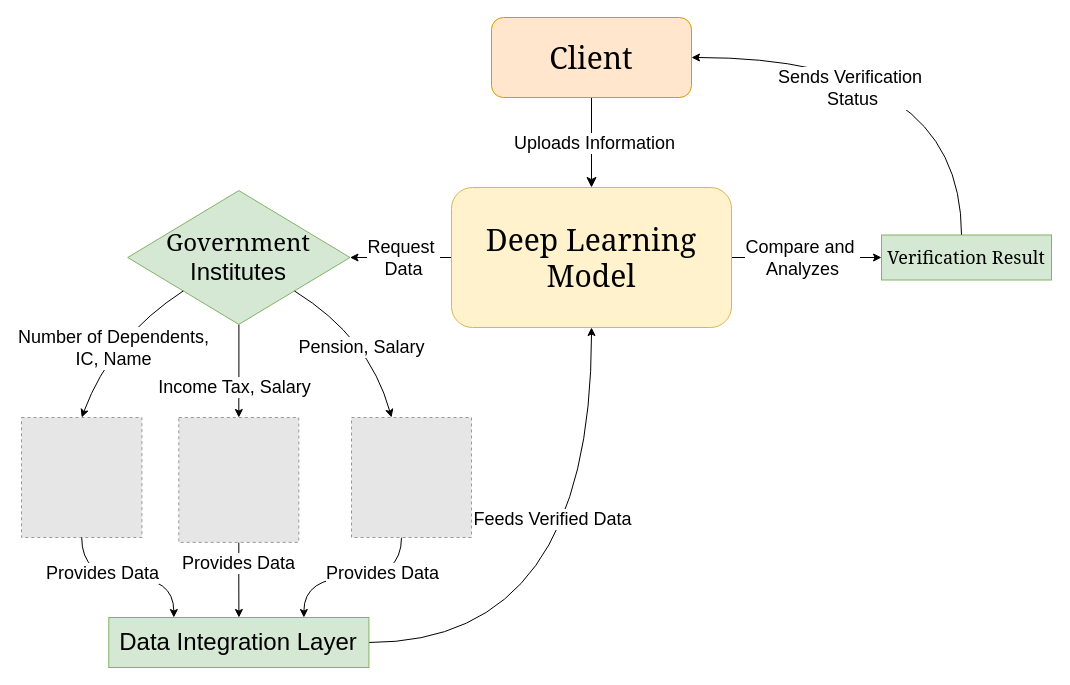
The draw.io diagram Integration and support/DeepLearningModel.drawio in zhengyu89/Myhackathon, before the edit. Source tidied: cells renumbered, new cells numbered last; positions are measured from the earlier drawing's top-left corner, leaving out a move shared by most shapes. Both pictures are drawn from the tidied source at 100%, with x=0, y=0 at pixel (21, 17). Pictures stored in the file or linked from it are replaced by grey dashed boxes.
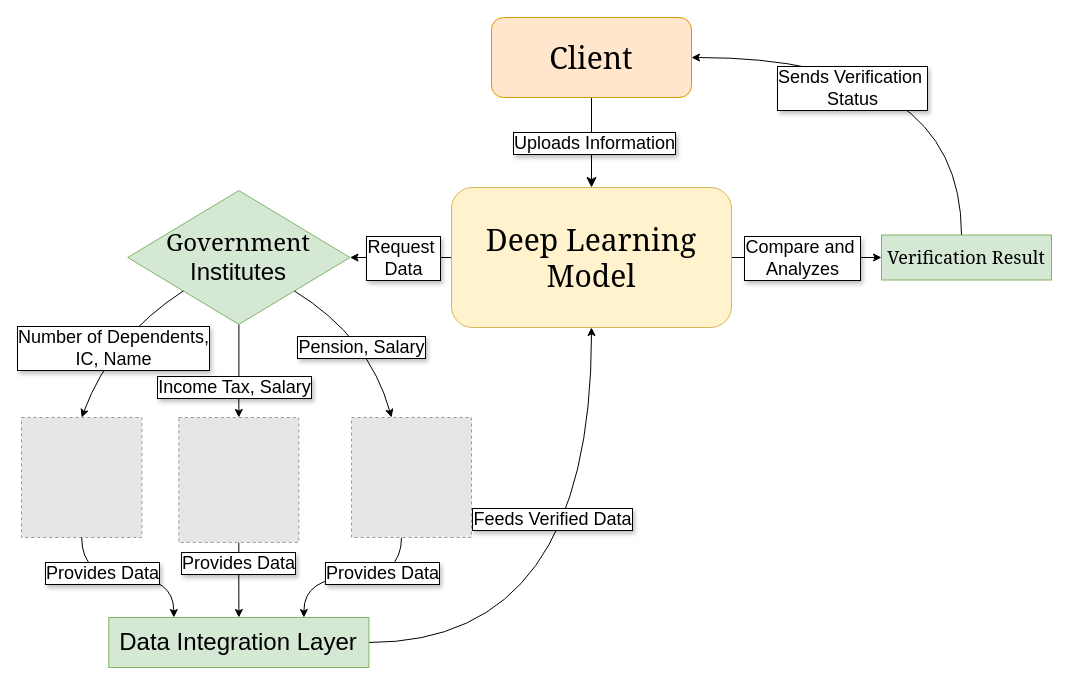
The same page after the edit.

Unchanged cells that the change refers to:
```xml
<mxCell id="2" style="rounded=0;html=1;jettySize=auto;fontSize=11;endArrow=classic;endFill=1;endSize=8;strokeWidth=1;shadow=0;labelBackgroundColor=none;edgeStyle=orthogonalEdgeStyle;entryX=0.5;entryY=0;entryDx=0;entryDy=0;" parent="1" edge="1" source="4" target="9">
  <mxGeometry relative="1" as="geometry" />
</mxCell>
<mxCell id="5" style="edgeStyle=orthogonalEdgeStyle;rounded=0;jettySize=auto;html=1;entryX=0;entryY=0.5;entryDx=0;entryDy=0;" parent="1" edge="1" source="9" target="12">
  <mxGeometry relative="1" as="geometry" />
</mxCell>
<mxCell id="7" style="edgeStyle=orthogonalEdgeStyle;rounded=0;jettySize=auto;html=1;entryX=1;entryY=0.5;entryDx=0;entryDy=0;" parent="1" edge="1" source="9" target="15">
  <mxGeometry relative="1" as="geometry" />
</mxCell>
<mxCell id="10" style="edgeStyle=orthogonalEdgeStyle;rounded=0;jettySize=auto;html=1;entryX=1;entryY=0.5;entryDx=0;entryDy=0;strokeColor=default;curved=1;" parent="1" edge="1" source="12" target="4">
  <mxGeometry relative="1" as="geometry">
    <Array as="points">
      <mxPoint x="940" y="40" />
    </Array>
  </mxGeometry>
</mxCell>
<mxCell id="13" style="edgeStyle=orthogonalEdgeStyle;rounded=0;jettySize=auto;html=1;entryX=0.5;entryY=0;entryDx=0;entryDy=0;" parent="1" edge="1" source="15" target="18">
  <mxGeometry relative="1" as="geometry" />
</mxCell>
<mxCell id="16" style="edgeStyle=orthogonalEdgeStyle;rounded=0;jettySize=auto;html=1;" parent="1" edge="1" source="18" target="28">
  <mxGeometry relative="1" as="geometry" />
</mxCell>
<mxCell id="20" style="endArrow=classic;html=1;rounded=0;exitX=0;exitY=1;exitDx=0;exitDy=0;entryX=0.5;entryY=0;entryDx=0;entryDy=0;curved=1;" parent="1" edge="1" source="15" target="19">
  <mxGeometry relative="1" as="geometry">
    <Array as="points">
      <mxPoint x="90" y="320" />
    </Array>
  </mxGeometry>
</mxCell>
<mxCell id="24" style="endArrow=classic;html=1;rounded=0;exitX=1;exitY=1;exitDx=0;exitDy=0;entryX=0.5;entryY=0;entryDx=0;entryDy=0;curved=1;" parent="1" edge="1" source="15">
  <mxGeometry relative="1" as="geometry">
    <mxPoint x="370" y="400" as="targetPoint" />
    <Array as="points">
      <mxPoint x="348" y="320" />
    </Array>
  </mxGeometry>
</mxCell>
<mxCell id="26" style="edgeStyle=orthogonalEdgeStyle;rounded=0;jettySize=auto;html=1;curved=1;jumpStyle=none;strokeColor=default;" parent="1" edge="1" source="28" target="9">
  <mxGeometry relative="1" as="geometry" />
</mxCell>
```

What changed in the source:
```diff
@@
-<mxGraphModel>
+<mxGraphModel background="#FFFFFF">
@@
-    <mxCell id="3" value="&lt;font style=&quot;font-size: 18px;&quot;&gt;Uploads Information&lt;/font&gt;" style="edgeLabel;html=1;align=center;verticalAlign=middle;" parent="2" vertex="1">
+    <mxCell id="3" value="&lt;font style=&quot;font-size: 18px;&quot;&gt;Uploads Information&lt;/font&gt;" style="edgeLabel;html=1;align=center;verticalAlign=middle;labelBorderColor=default;textShadow=1;spacingLeft=10;spacingRight=10;" parent="2" vertex="1">
       <mxGeometry x="0.01" y="2" relative="1" as="geometry" />
     </mxCell>
@@
-    <mxCell id="6" value="&lt;font style=&quot;font-size: 18px;&quot;&gt;Compare and&amp;nbsp;&lt;/font&gt;&lt;div&gt;&lt;font style=&quot;font-size: 18px;&quot;&gt;Analyzes&lt;/font&gt;&lt;/div&gt;" style="edgeLabel;html=1;align=center;verticalAlign=middle;" parent="5" vertex="1">
+    <mxCell id="6" value="&lt;font style=&quot;font-size: 18px;&quot;&gt;Compare and&amp;nbsp;&lt;/font&gt;&lt;div&gt;&lt;font style=&quot;font-size: 18px;&quot;&gt;Analyzes&lt;/font&gt;&lt;/div&gt;" style="edgeLabel;html=1;align=center;verticalAlign=middle;labelBorderColor=default;textShadow=1;" parent="5" vertex="1">
       <mxGeometry x="0.04" y="-1" relative="1" as="geometry">
         <mxPoint x="-8" y="-1" as="offset" />
       </mxGeometry>
     </mxCell>
@@
-    <mxCell id="8" value="&lt;font style=&quot;font-size: 18px;&quot;&gt;Request&amp;nbsp;&lt;/font&gt;&lt;div&gt;&lt;font style=&quot;font-size: 18px;&quot;&gt;Data&lt;/font&gt;&lt;/div&gt;" style="edgeLabel;html=1;align=center;verticalAlign=middle;" parent="7" vertex="1">
+    <mxCell id="8" value="&lt;font style=&quot;font-size: 18px;&quot;&gt;Request&amp;nbsp;&lt;/font&gt;&lt;div&gt;&lt;font style=&quot;font-size: 18px;&quot;&gt;Data&lt;/font&gt;&lt;/div&gt;" style="edgeLabel;html=1;align=center;verticalAlign=middle;labelBorderColor=default;textShadow=1;" parent="7" vertex="1">
       <mxGeometry x="-0.04" y="3" relative="1" as="geometry">
         <mxPoint y="-3" as="offset" />
       </mxGeometry>
     </mxCell>
@@
-    <mxCell id="11" value="&lt;font style=&quot;font-size: 18px;&quot;&gt;Sends Verification&amp;nbsp;&lt;/font&gt;&lt;div&gt;&lt;font style=&quot;font-size: 18px;&quot;&gt;Status&lt;/font&gt;&lt;/div&gt;" style="edgeLabel;html=1;align=center;verticalAlign=middle;" parent="10" vertex="1">
+    <mxCell id="11" value="&lt;font style=&quot;font-size: 18px;&quot;&gt;Sends Verification&amp;nbsp;&lt;/font&gt;&lt;div&gt;&lt;font style=&quot;font-size: 18px;&quot;&gt;Status&lt;/font&gt;&lt;/div&gt;" style="edgeLabel;html=1;align=center;verticalAlign=middle;labelBackgroundColor=default;labelBorderColor=default;textShadow=1;" parent="10" vertex="1">
       <mxGeometry x="0.29" relative="1" as="geometry">
         <mxPoint x="2" y="30" as="offset" />
       </mxGeometry>
     </mxCell>
@@
-    <mxCell id="14" value="&lt;font style=&quot;font-size: 18px;&quot;&gt;Income Tax, Salary&lt;/font&gt;" style="edgeLabel;html=1;align=center;verticalAlign=middle;" parent="13" vertex="1">
+    <mxCell id="14" value="&lt;font style=&quot;font-size: 18px;&quot;&gt;Income Tax, Salary&lt;/font&gt;" style="edgeLabel;html=1;align=center;verticalAlign=middle;labelBorderColor=default;textShadow=1;" parent="13" vertex="1">
       <mxGeometry x="-0.12" y="3" relative="1" as="geometry">
         <mxPoint x="-8" y="22" as="offset" />
       </mxGeometry>
     </mxCell>
@@
-    <mxCell id="17" value="&lt;font style=&quot;font-size: 18px;&quot;&gt;Provides Data&lt;/font&gt;" style="edgeLabel;html=1;align=center;verticalAlign=middle;" parent="16" vertex="1">
+    <mxCell id="17" value="&lt;font style=&quot;font-size: 18px;&quot;&gt;Provides Data&lt;/font&gt;" style="edgeLabel;html=1;align=center;verticalAlign=middle;labelBorderColor=default;textShadow=1;" parent="16" vertex="1">
       <mxGeometry x="-0.44" y="-1" relative="1" as="geometry" />
     </mxCell>
@@
-    <mxCell id="21" value="&lt;font style=&quot;font-size: 18px;&quot;&gt;Number of Dependents,&lt;br&gt;IC, Name&lt;/font&gt;" style="edgeLabel;html=1;align=center;verticalAlign=middle;" parent="20" vertex="1">
+    <mxCell id="21" value="&lt;font style=&quot;font-size: 18px;&quot;&gt;Number of Dependents,&lt;br&gt;IC, Name&lt;/font&gt;" style="edgeLabel;html=1;align=center;verticalAlign=middle;labelBorderColor=default;textShadow=1;" parent="20" vertex="1">
       <mxGeometry x="0.21" y="8" relative="1" as="geometry">
         <mxPoint y="-9" as="offset" />
       </mxGeometry>
     </mxCell>
@@
-    <mxCell id="25" value="&lt;font style=&quot;font-size: 18px;&quot;&gt;Pension, Salary&lt;/font&gt;" style="edgeLabel;html=1;align=center;verticalAlign=middle;" parent="24" vertex="1">
+    <mxCell id="25" value="&lt;font style=&quot;font-size: 18px;&quot;&gt;Pension, Salary&lt;/font&gt;" style="edgeLabel;html=1;align=center;verticalAlign=middle;labelBorderColor=default;textShadow=1;" parent="24" vertex="1">
       <mxGeometry x="0.21" y="8" relative="1" as="geometry">
         <mxPoint x="-20" y="-3" as="offset" />
       </mxGeometry>
     </mxCell>
@@
-    <mxCell id="27" value="&lt;font style=&quot;font-size: 18px;&quot;&gt;Feeds Verified Data&lt;/font&gt;" style="edgeLabel;html=1;align=center;verticalAlign=middle;" parent="26" vertex="1">
+    <mxCell id="27" value="&lt;font style=&quot;font-size: 18px;&quot;&gt;Feeds Verified Data&lt;/font&gt;" style="edgeLabel;html=1;align=center;verticalAlign=middle;labelBorderColor=default;textShadow=1;" parent="26" vertex="1">
       <mxGeometry x="0.27" y="34" relative="1" as="geometry">
         <mxPoint x="-6" y="-5" as="offset" />
       </mxGeometry>
     </mxCell>
@@
-    <mxCell id="30" value="&lt;font style=&quot;font-size: 18px;&quot;&gt;Provides Data&lt;/font&gt;" style="edgeLabel;html=1;align=center;verticalAlign=middle;" parent="1" vertex="1">
+    <mxCell id="30" value="&lt;font style=&quot;font-size: 18px;&quot;&gt;Provides Data&lt;/font&gt;" style="edgeLabel;html=1;align=center;verticalAlign=middle;labelBorderColor=default;textShadow=1;" parent="1" vertex="1">
       <mxGeometry x="360" y="555.7" as="geometry" />
     </mxCell>
-    <mxCell id="31" value="&lt;font style=&quot;font-size: 18px;&quot;&gt;Provides Data&lt;/font&gt;" style="edgeLabel;html=1;align=center;verticalAlign=middle;" parent="1" vertex="1">
+    <mxCell id="31" value="&lt;font style=&quot;font-size: 18px;&quot;&gt;Provides Data&lt;/font&gt;" style="edgeLabel;html=1;align=center;verticalAlign=middle;labelBorderColor=default;textShadow=1;" parent="1" vertex="1">
       <mxGeometry x="80" y="555.7" as="geometry" />
     </mxCell>
```
